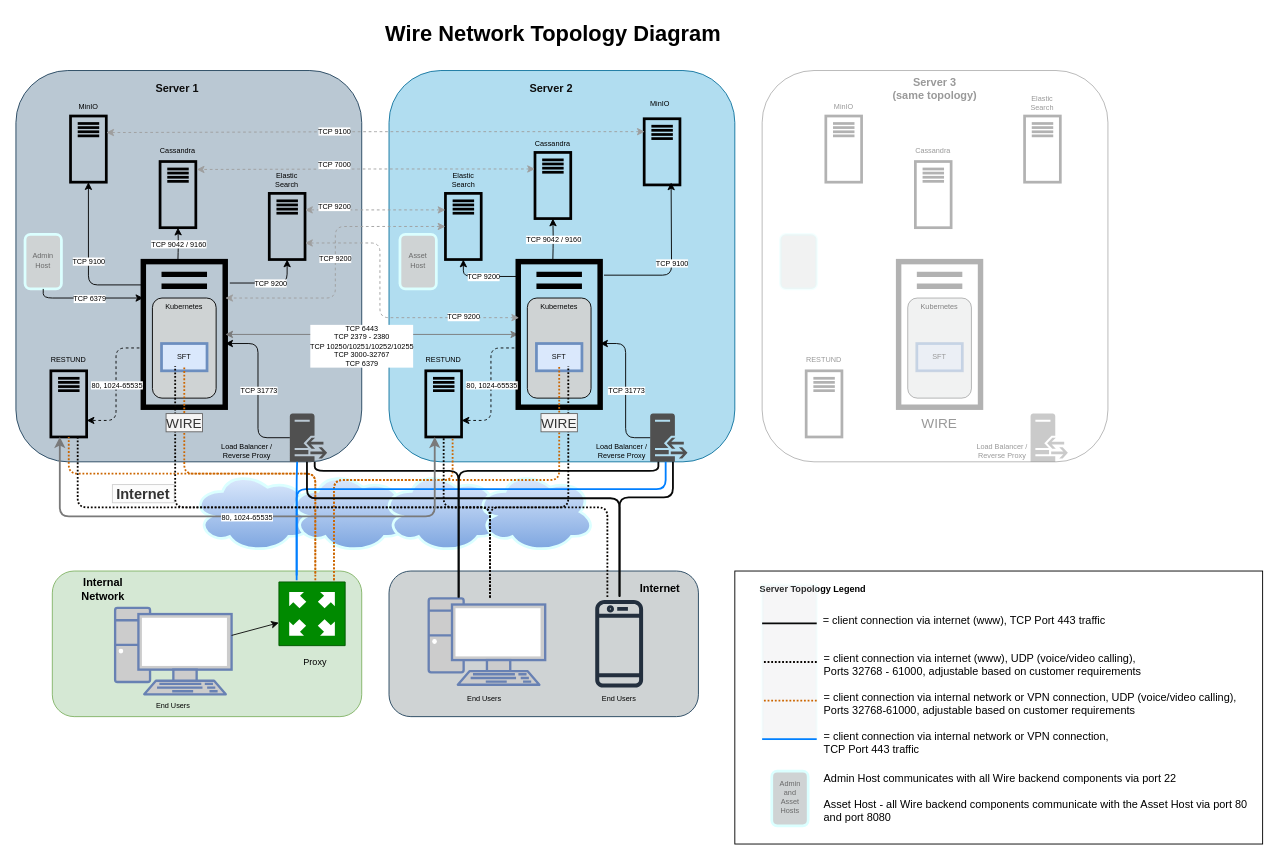
wireapp/wire-server keeps this draw.io diagram as src/how-to/install/img/network-topology.drawio. Above is the earlier version. Source tidied: cells renumbered, new cells numbered last; positions are measured from the earlier drawing's top-left corner, leaving out a move shared by most shapes. Both pictures are drawn from the tidied source at 91%, with x=0, y=0 at pixel (15, 15).
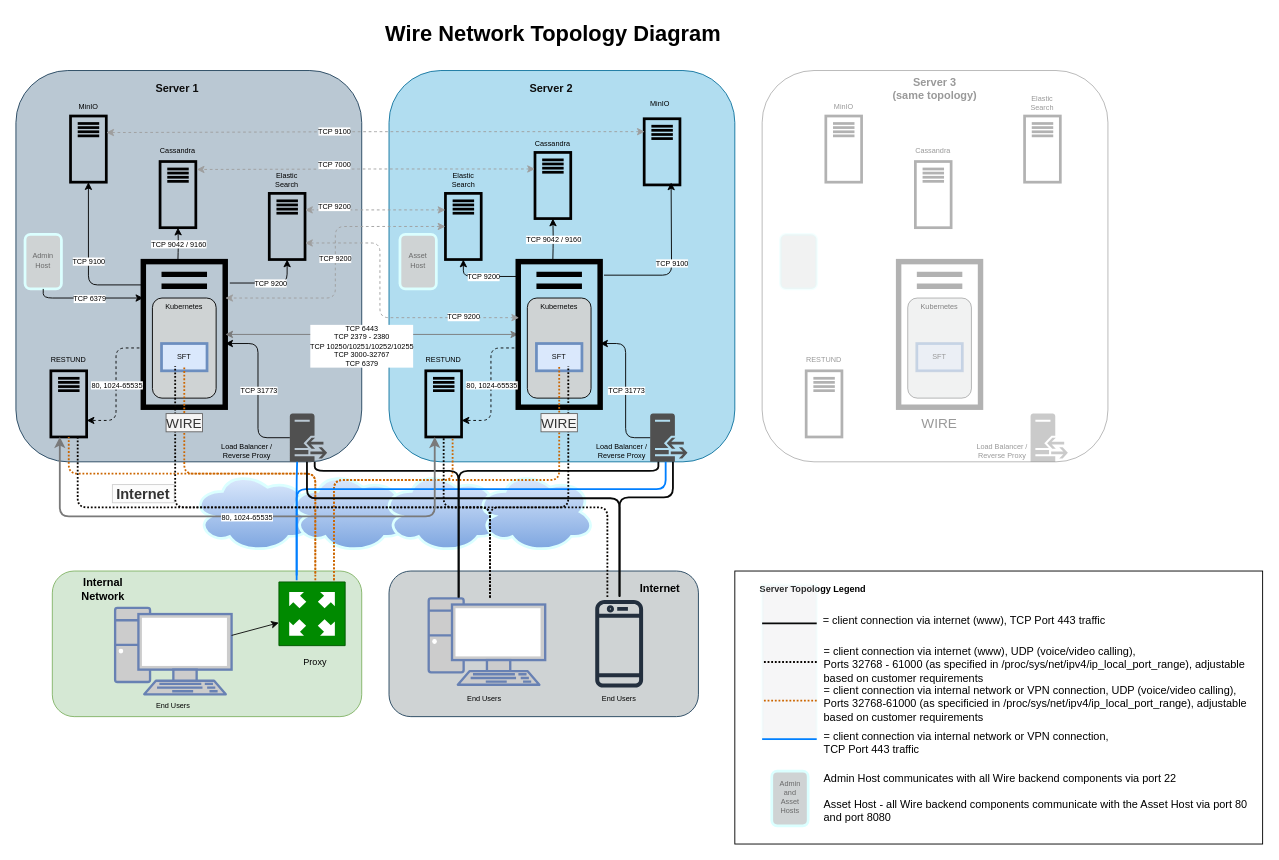
The same diagram, later.

Commit message (it also covers changes not shown here):
add comment in diagrams about port range

Diff of the diagram source:
```diff
@@
-    <mxCell id="214" value="&lt;div style=&quot;font-size: 12px&quot;&gt;= client connection via internet (www), UDP (voice/video calling),&lt;/div&gt;&lt;div style=&quot;font-size: 12px&quot;&gt;Ports 32768 - 61000, adjustable based on customer requirements&lt;br style=&quot;font-size: 12px&quot;&gt;&lt;/div&gt;" style="text;html=1;strokeColor=none;fillColor=none;align=left;verticalAlign=middle;whiteSpace=wrap;rounded=0;fontSize=12;fontColor=#000000;opacity=20;" parent="1" vertex="1">
+    <mxCell id="214" value="&lt;div style=&quot;font-size: 12px&quot;&gt;= client connection via internet (www), UDP (voice/video calling),&lt;/div&gt;&lt;div style=&quot;font-size: 12px&quot;&gt;Ports 32768 - 61000 (as specified in /proc/sys/net/ipv4/ip_local_port_range), adjustable based on customer requirements&lt;br style=&quot;font-size: 12px&quot;&gt;&lt;/div&gt;" style="text;html=1;strokeColor=none;fillColor=none;align=left;verticalAlign=middle;whiteSpace=wrap;rounded=0;fontSize=12;fontColor=#000000;opacity=20;" parent="1" vertex="1">
       <mxGeometry x="886" y="688" width="484" height="50" as="geometry" />
     </mxCell>
@@
-    <mxCell id="216" value="= client connection via internal network or VPN connection, UDP (voice/video calling),&amp;nbsp;&amp;nbsp;&amp;nbsp;&amp;nbsp;&amp;nbsp;&amp;nbsp;&amp;nbsp;&amp;nbsp; Ports 32768-61000, adjustable based on customer requirements" style="text;html=1;strokeColor=none;fillColor=none;align=left;verticalAlign=middle;whiteSpace=wrap;rounded=0;fontSize=12;fontColor=#000000;opacity=20;" parent="1" vertex="1">
+    <mxCell id="216" value="= client connection via internal network or VPN connection, UDP (voice/video calling),&amp;nbsp;&amp;nbsp;&amp;nbsp;&amp;nbsp;&amp;nbsp;&amp;nbsp;&amp;nbsp;&amp;nbsp; Ports 32768-61000 (as specificied in /proc/sys/net/ipv4/ip_local_port_range), adjustable based on customer requirements" style="text;html=1;strokeColor=none;fillColor=none;align=left;verticalAlign=middle;whiteSpace=wrap;rounded=0;fontSize=12;fontColor=#000000;opacity=20;" parent="1" vertex="1">
       <mxGeometry x="886" y="731" width="484" height="50" as="geometry" />
     </mxCell>
```
